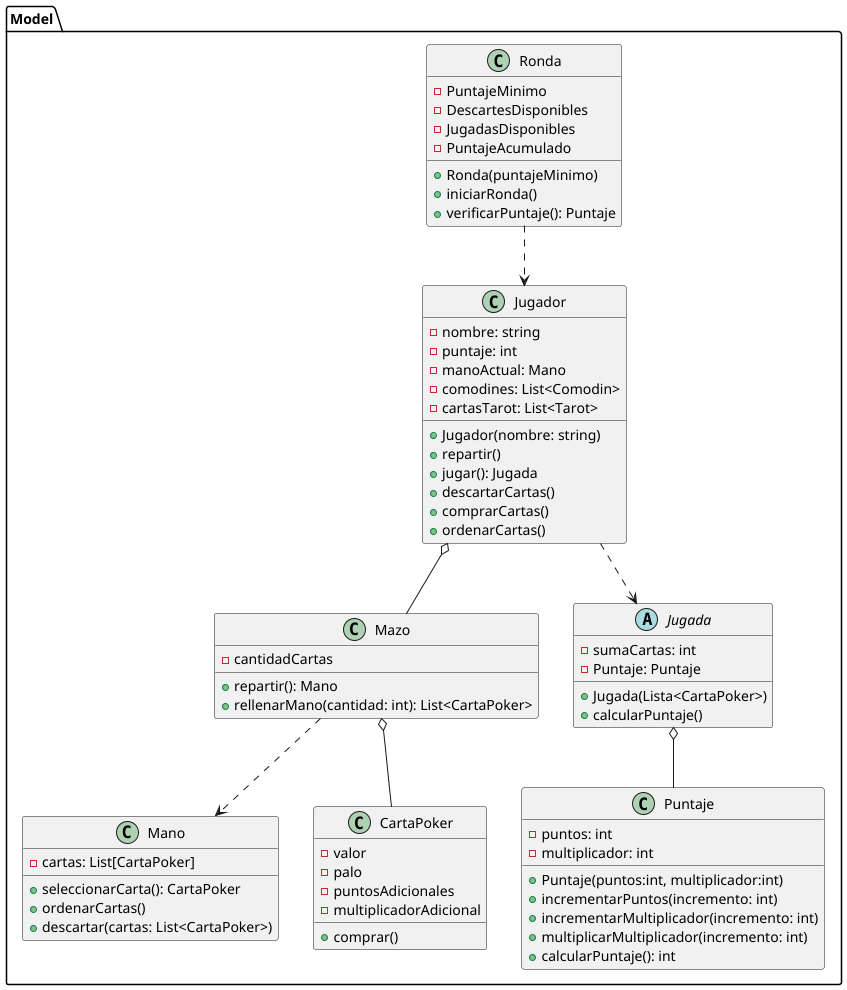
Before: diagrams/classes/clasesBalatro2.png, a diagram exported from PlantUML (carruizdiaz1109/UBAlatro). Its source is kept beside it as diagrams/classes/clasesBalatro2.puml.
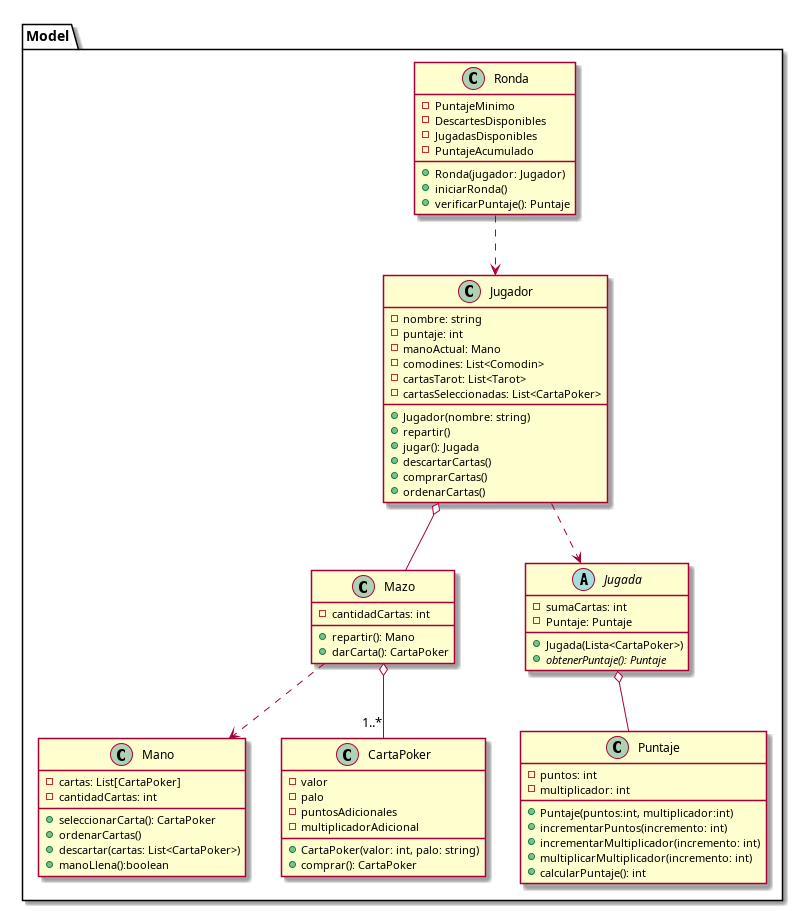
After the change.

What changed in the source:
```diff
@@ -57,7 +57,7 @@
     - DescartesDisponibles
     - JugadasDisponibles
     - PuntajeAcumulado
-    + Ronda(puntajeMinimo)
+    + Ronda(jugador: Jugador)
     + iniciarRonda()
     + verificarPuntaje(): Puntaje
 }
```
